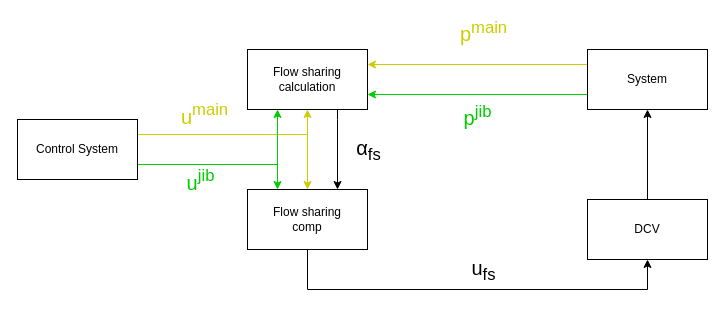
emilah-png/Bachelor keeps this draw.io diagram as page "Flowsharing" (4 of 4) of UML/UML for TC3.drawio. Above is the earlier version. Source tidied: cells renumbered, new cells numbered last; positions are measured from the earlier drawing's top-left corner, leaving out a move shared by most shapes. Both pictures are drawn from the tidied source at 100%, with x=0, y=0 at pixel (17, 29).
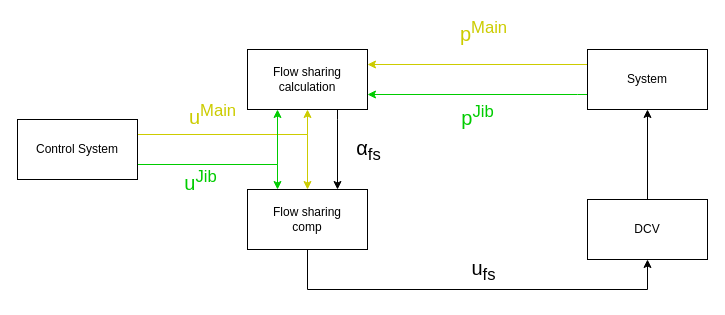
The same diagram, later.

Unchanged cells that the change refers to:
```xml
<mxCell id="5" style="edgeStyle=orthogonalEdgeStyle;rounded=0;jettySize=auto;html=1;exitX=1;exitY=0.75;exitDx=0;exitDy=0;entryX=0.25;entryY=1;entryDx=0;entryDy=0;fillColor=#fff2cc;strokeColor=#00CC00;" parent="1" edge="1" source="7" target="18">
  <mxGeometry relative="1" as="geometry">
    <Array as="points">
      <mxPoint x="260" y="135" />
    </Array>
  </mxGeometry>
</mxCell>
```

The edit, as a diff of the source:
```diff
@@
-    <mxCell id="6" value="u&lt;span&gt;&lt;sup&gt;jib&lt;/sup&gt;&lt;/span&gt;" style="edgeLabel;html=1;align=center;verticalAlign=middle;fontColor=#00CC00;fontSize=20;" parent="5" vertex="1">
+    <mxCell id="6" value="u&lt;sup&gt;Jib&lt;/sup&gt;" style="edgeLabel;html=1;align=center;verticalAlign=middle;fontColor=#00CC00;fontSize=20;" parent="5" vertex="1">
       <mxGeometry x="-0.49" y="2" relative="1" as="geometry">
         <mxPoint x="12" y="17" as="offset" />
       </mxGeometry>
     </mxCell>
@@
-    <mxCell id="19" value="u&lt;span&gt;&lt;sup&gt;main&lt;/sup&gt;&lt;/span&gt;" style="edgeLabel;html=1;align=center;verticalAlign=middle;fontColor=#CCCC00;fontSize=20;" parent="1" vertex="1">
+    <mxCell id="19" value="u&lt;sup&gt;Main&lt;/sup&gt;" style="edgeLabel;html=1;align=center;verticalAlign=middle;fontColor=#CCCC00;fontSize=20;" parent="1" vertex="1">
       <mxGeometry x="200" y="80" as="geometry">
-        <mxPoint x="-14" y="4" as="offset" />
+        <mxPoint x="-6" y="4" as="offset" />
       </mxGeometry>
     </mxCell>
-    <mxCell id="20" value="p&lt;sup&gt;main&lt;/sup&gt;" style="edgeLabel;html=1;align=center;verticalAlign=middle;fontColor=#CCCC00;fontSize=20;" parent="1" vertex="1">
+    <mxCell id="20" value="p&lt;sup&gt;Main&lt;/sup&gt;" style="edgeLabel;html=1;align=center;verticalAlign=middle;fontColor=#CCCC00;fontSize=20;" parent="1" vertex="1">
       <mxGeometry x="480" as="geometry">
         <mxPoint x="-15" y="1" as="offset" />
       </mxGeometry>
     </mxCell>
-    <mxCell id="21" value="p&lt;sup&gt;jib&lt;/sup&gt;" style="edgeLabel;html=1;align=center;verticalAlign=middle;fontColor=#00CC00;fontSize=20;" parent="1" vertex="1">
+    <mxCell id="21" value="p&lt;sup&gt;Jib&lt;/sup&gt;" style="edgeLabel;html=1;align=center;verticalAlign=middle;fontColor=#00CC00;fontSize=20;" parent="1" vertex="1">
       <mxGeometry x="480" y="80" as="geometry">
         <mxPoint x="-21" y="5" as="offset" />
       </mxGeometry>
     </mxCell>
```
